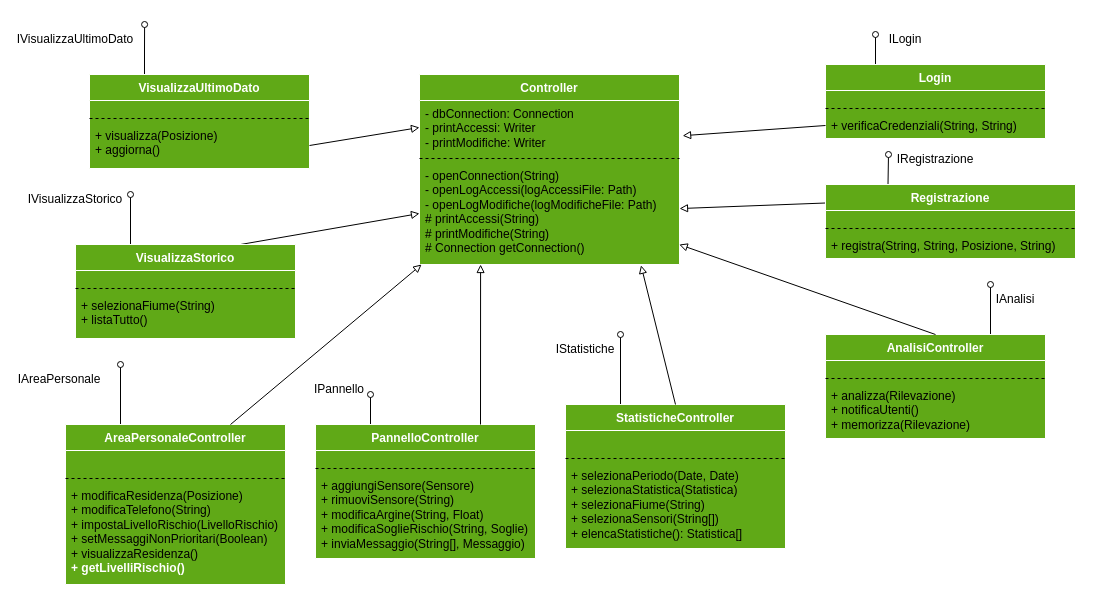
MirkoTonelli/Ing keeps this draw.io diagram as ControllerImpl.drawio. Above is the earlier version. Source tidied: cells renumbered, new cells numbered last; positions are measured from the earlier drawing's top-left corner, leaving out a move shared by most shapes. Both pictures are drawn from the tidied source at 100%, with x=0, y=0 at pixel (29, 24).
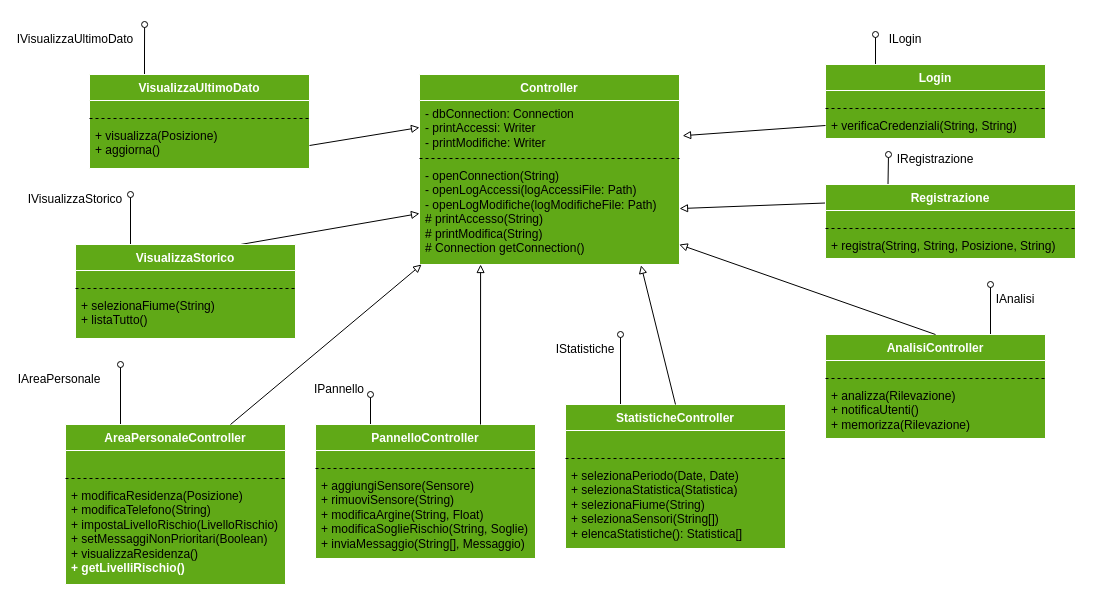
After the change.

Unchanged cells that the change refers to:
```xml
<mxCell id="2" value="Controller" style="swimlane;fontStyle=1;align=center;verticalAlign=top;horizontal=1;startSize=26;whiteSpace=wrap;html=1;fillColor=#60a917;fontColor=#ffffff;strokeColor=#FFFFFF;swimlaneFillColor=#60A917;" parent="1" vertex="1">
  <mxGeometry x="390" y="50" width="260" height="190" as="geometry" />
</mxCell>
```

What changed in the source:
```diff
@@
-    <mxCell id="5" value="- openConnection(String)&lt;br&gt;- openLogAccessi(logAccessiFile: Path)&lt;br&gt;- openLogModifiche(logModificheFile: Path)&lt;br&gt;# printAccessi(String)&lt;br&gt;# printModifiche(String)&lt;br&gt;# Connection getConnection()" style="text;strokeColor=none;fillColor=none;align=left;verticalAlign=top;spacingLeft=4;spacingRight=4;overflow=hidden;points=[[0,0.5],[1,0.5]];portConstraint=eastwest;whiteSpace=wrap;html=1;" parent="2" vertex="1">
+    <mxCell id="5" value="- openConnection(String)&lt;br&gt;- openLogAccessi(logAccessiFile: Path)&lt;br&gt;- openLogModifiche(logModificheFile: Path)&lt;br&gt;# printAccesso(String)&lt;br&gt;# printModifica(String)&lt;br&gt;# Connection getConnection()" style="text;strokeColor=none;fillColor=none;align=left;verticalAlign=top;spacingLeft=4;spacingRight=4;overflow=hidden;points=[[0,0.5],[1,0.5]];portConstraint=eastwest;whiteSpace=wrap;html=1;" parent="2" vertex="1">
       <mxGeometry y="88" width="260" height="102" as="geometry" />
     </mxCell>
```
